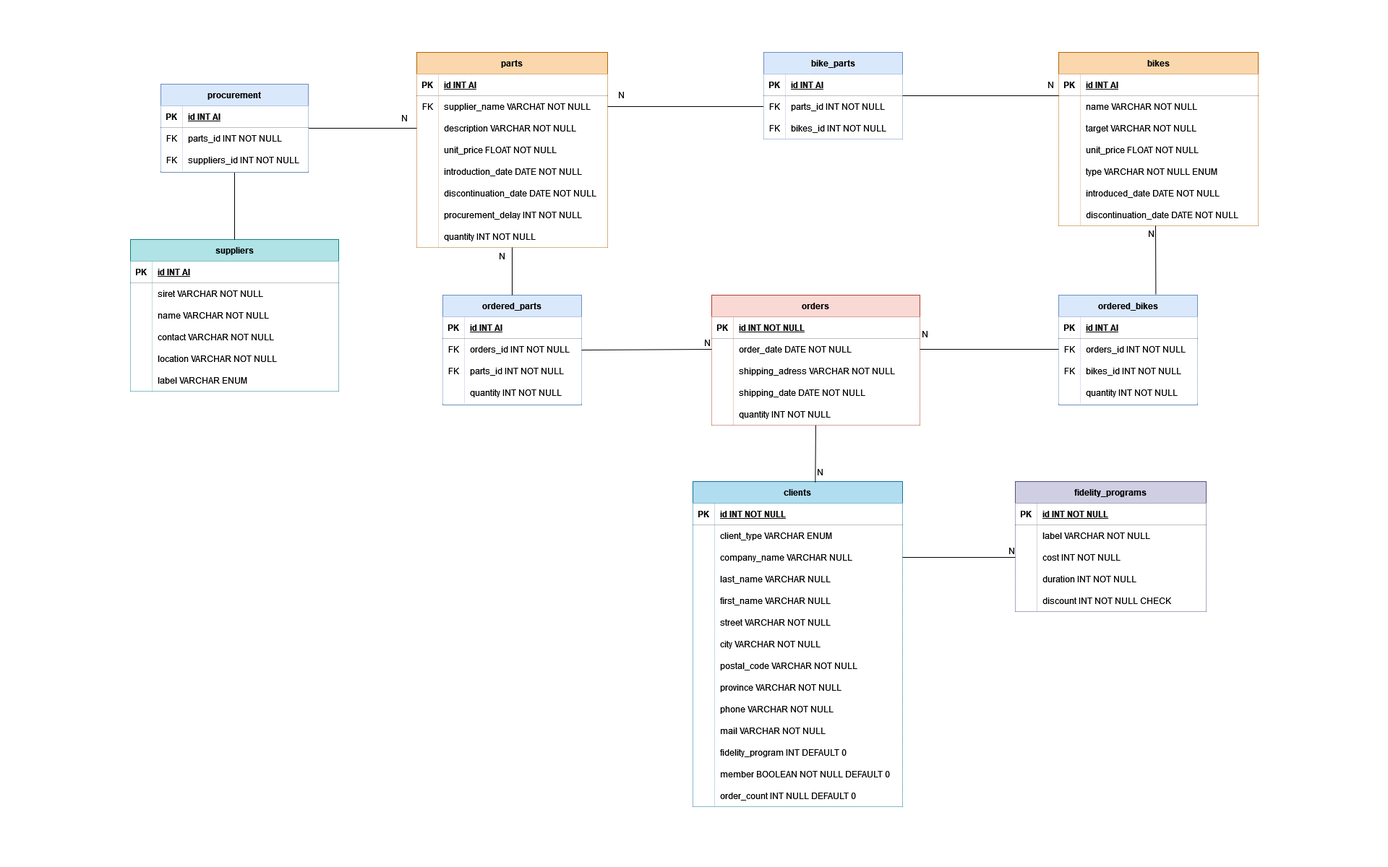
Before: VeloMax_ER.png, a diagram exported from draw.io (strawhattom/VeloMax). Source tidied: cells renumbered, new cells last; positions are measured from the earlier drawing's top-left corner, leaving out a move shared by most shapes.
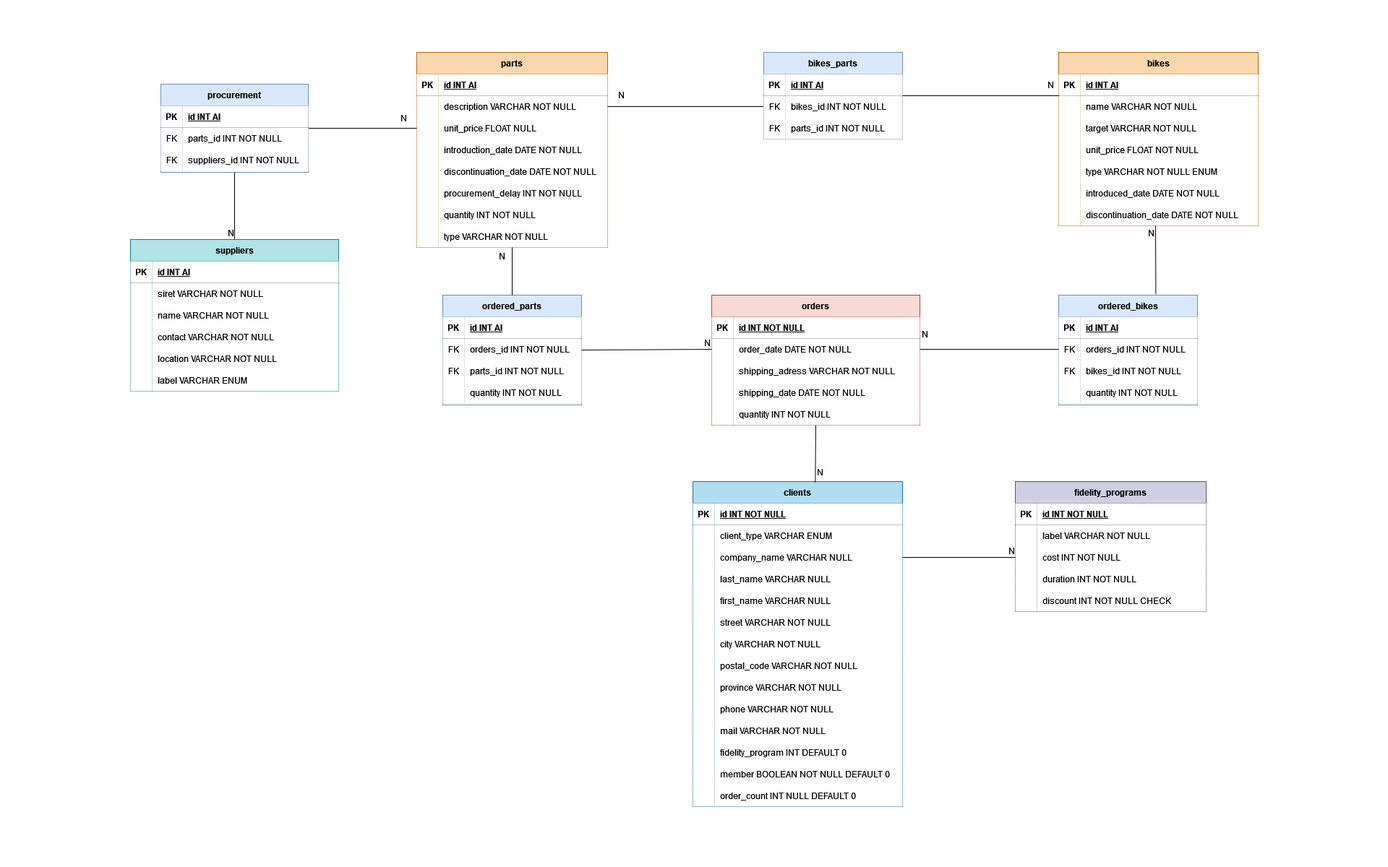
Above is the later version.

Change to the diagram source:
```diff
@@ -119,17 +119,8 @@
     <mxCell id="40" value="id INT AI" style="shape=partialRectangle;top=0;left=0;bottom=0;right=0;align=left;spacingLeft=6;fontStyle=5;overflow=hidden;" parent="38" vertex="1">
       <mxGeometry x="30" width="234" height="30" as="geometry" />
     </mxCell>
-    <mxCell id="41" style="shape=tableRow;horizontal=0;startSize=0;swimlaneHead=0;swimlaneBody=0;fillColor=none;points=[[0,0.5],[1,0.5]];portConstraint=eastwest;top=0;left=0;right=0;bottom=0;" parent="37" vertex="1">
-      <mxGeometry y="60" width="264" height="30" as="geometry" />
-    </mxCell>
-    <mxCell id="42" value="FK" style="shape=partialRectangle;top=0;left=0;bottom=0;right=0;overflow=hidden;" parent="41" vertex="1">
-      <mxGeometry width="30" height="30" as="geometry" />
-    </mxCell>
-    <mxCell id="43" value="supplier_name VARCHAT NOT NULL" style="shape=partialRectangle;top=0;left=0;bottom=0;right=0;align=left;spacingLeft=6;overflow=hidden;" parent="41" vertex="1">
-      <mxGeometry x="30" width="234" height="30" as="geometry" />
-    </mxCell>
     <mxCell id="44" style="shape=tableRow;horizontal=0;startSize=0;swimlaneHead=0;swimlaneBody=0;fillColor=none;points=[[0,0.5],[1,0.5]];portConstraint=eastwest;top=0;left=0;right=0;bottom=0;" parent="37" vertex="1">
-      <mxGeometry y="90" width="264" height="30" as="geometry" />
+      <mxGeometry y="60" width="264" height="30" as="geometry" />
     </mxCell>
     <mxCell id="45" style="shape=partialRectangle;top=0;left=0;bottom=0;right=0;overflow=hidden;" parent="44" vertex="1">
       <mxGeometry width="30" height="30" as="geometry" />
@@ -138,16 +129,16 @@
       <mxGeometry x="30" width="234" height="30" as="geometry" />
     </mxCell>
     <mxCell id="47" style="shape=tableRow;horizontal=0;startSize=0;swimlaneHead=0;swimlaneBody=0;fillColor=none;points=[[0,0.5],[1,0.5]];portConstraint=eastwest;top=0;left=0;right=0;bottom=0;shadow=0;fontFamily=Helvetica;fontSize=12;fontColor=#0D0302;strokeColor=default;" parent="37" vertex="1">
-      <mxGeometry y="120" width="264" height="30" as="geometry" />
+      <mxGeometry y="90" width="264" height="30" as="geometry" />
     </mxCell>
     <mxCell id="48" style="shape=partialRectangle;top=0;left=0;bottom=0;right=0;overflow=hidden;shadow=0;fontFamily=Helvetica;fontSize=12;startSize=20;" parent="47" vertex="1">
       <mxGeometry width="30" height="30" as="geometry" />
     </mxCell>
-    <mxCell id="49" value="unit_price FLOAT NOT NULL" style="shape=partialRectangle;top=0;left=0;bottom=0;right=0;align=left;spacingLeft=6;overflow=hidden;shadow=0;fontFamily=Helvetica;fontSize=12;startSize=20;" parent="47" vertex="1">
+    <mxCell id="49" value="unit_price FLOAT NULL" style="shape=partialRectangle;top=0;left=0;bottom=0;right=0;align=left;spacingLeft=6;overflow=hidden;shadow=0;fontFamily=Helvetica;fontSize=12;startSize=20;" parent="47" vertex="1">
       <mxGeometry x="30" width="234" height="30" as="geometry" />
     </mxCell>
     <mxCell id="50" style="shape=tableRow;horizontal=0;startSize=0;swimlaneHead=0;swimlaneBody=0;fillColor=none;top=0;left=0;right=0;bottom=0;" parent="37" vertex="1">
-      <mxGeometry y="150" width="264" height="30" as="geometry" />
+      <mxGeometry y="120" width="264" height="30" as="geometry" />
     </mxCell>
     <mxCell id="51" style="shape=partialRectangle;top=0;left=0;bottom=0;right=0;overflow=hidden;" parent="50" vertex="1">
       <mxGeometry width="30" height="30" as="geometry" />
@@ -156,7 +147,7 @@
       <mxGeometry x="30" width="234" height="30" as="geometry" />
     </mxCell>
     <mxCell id="53" style="shape=tableRow;horizontal=0;startSize=0;swimlaneHead=0;swimlaneBody=0;fillColor=none;top=0;left=0;right=0;bottom=0;shadow=0;fontFamily=Helvetica;fontSize=12;fontColor=#0D0302;strokeColor=default;" parent="37" vertex="1">
-      <mxGeometry y="180" width="264" height="30" as="geometry" />
+      <mxGeometry y="150" width="264" height="30" as="geometry" />
     </mxCell>
     <mxCell id="54" style="shape=partialRectangle;top=0;left=0;bottom=0;right=0;overflow=hidden;shadow=0;fontFamily=Helvetica;fontSize=12;startSize=20;" parent="53" vertex="1">
       <mxGeometry width="30" height="30" as="geometry" />
@@ -165,7 +156,7 @@
       <mxGeometry x="30" width="234" height="30" as="geometry" />
     </mxCell>
     <mxCell id="56" style="shape=tableRow;horizontal=0;startSize=0;swimlaneHead=0;swimlaneBody=0;fillColor=none;top=0;left=0;right=0;bottom=0;shadow=0;fontFamily=Helvetica;fontSize=12;fontColor=#0D0302;strokeColor=default;" parent="37" vertex="1">
-      <mxGeometry y="210" width="264" height="30" as="geometry" />
+      <mxGeometry y="180" width="264" height="30" as="geometry" />
     </mxCell>
     <mxCell id="57" style="shape=partialRectangle;top=0;left=0;bottom=0;right=0;overflow=hidden;shadow=0;fontFamily=Helvetica;fontSize=12;startSize=20;" parent="56" vertex="1">
       <mxGeometry width="30" height="30" as="geometry" />
@@ -174,7 +165,7 @@
       <mxGeometry x="30" width="234" height="30" as="geometry" />
     </mxCell>
     <mxCell id="59" style="shape=tableRow;horizontal=0;startSize=0;swimlaneHead=0;swimlaneBody=0;fillColor=none;points=[[0,0.5],[1,0.5]];portConstraint=eastwest;top=0;left=0;right=0;bottom=0;" parent="37" vertex="1">
-      <mxGeometry y="240" width="264" height="30" as="geometry" />
+      <mxGeometry y="210" width="264" height="30" as="geometry" />
     </mxCell>
     <mxCell id="60" style="shape=partialRectangle;top=0;left=0;bottom=0;right=0;overflow=hidden;" parent="59" vertex="1">
       <mxGeometry width="30" height="30" as="geometry" />
@@ -182,6 +173,15 @@
     <mxCell id="61" value="quantity INT NOT NULL" style="shape=partialRectangle;top=0;left=0;bottom=0;right=0;align=left;spacingLeft=6;overflow=hidden;" parent="59" vertex="1">
       <mxGeometry x="30" width="234" height="30" as="geometry" />
     </mxCell>
+    <mxCell id="208" style="shape=tableRow;horizontal=0;startSize=0;swimlaneHead=0;swimlaneBody=0;fillColor=none;top=0;left=0;right=0;bottom=0;" parent="37" vertex="1">
+      <mxGeometry y="240" width="264" height="30" as="geometry" />
+    </mxCell>
+    <mxCell id="209" style="shape=partialRectangle;top=0;left=0;bottom=0;right=0;overflow=hidden;" parent="208" vertex="1">
+      <mxGeometry width="30" height="30" as="geometry" />
+    </mxCell>
+    <mxCell id="210" value="type VARCHAR NOT NULL" style="shape=partialRectangle;top=0;left=0;bottom=0;right=0;align=left;spacingLeft=6;overflow=hidden;" parent="208" vertex="1">
+      <mxGeometry x="30" width="234" height="30" as="geometry" />
+    </mxCell>
     <mxCell id="62" value="bikes" style="shape=table;startSize=30;rowLines=0;fontStyle=1;align=center;fillColor=#fad7ac;strokeColor=#b46504;" parent="1" vertex="1">
       <mxGeometry x="1284" width="276" height="240" as="geometry" />
     </mxCell>
@@ -433,7 +433,7 @@
         <mxPoint x="12" y="-5" as="offset" />
       </mxGeometry>
     </mxCell>
-    <mxCell id="145" style="endArrow=none;html=1;rounded=0;fontFamily=Helvetica;fontSize=12;fontColor=#050505;startSize=20;exitX=1;exitY=0.5;exitDx=0;exitDy=0;startArrow=none;entryX=0;entryY=0.5;entryDx=0;entryDy=0;" parent="1" edge="1" source="196" target="44">
+    <mxCell id="145" style="endArrow=none;html=1;rounded=0;fontFamily=Helvetica;fontSize=12;fontColor=#050505;startSize=20;exitX=1;exitY=0.5;exitDx=0;exitDy=0;startArrow=none;entryX=0;entryY=0.5;entryDx=0;entryDy=0;" parent="1" edge="1" source="196" target="47">
       <mxGeometry relative="1" as="geometry" />
     </mxCell>
     <mxCell id="146" value="N" style="html=1;align=right;verticalAlign=bottom;shadow=0;labelBackgroundColor=none;fontFamily=Helvetica;fontSize=12;fontColor=#050505;startSize=20;strokeColor=default;fillColor=#DFE3F5;" parent="145" vertex="1">
@@ -441,11 +441,11 @@
         <mxPoint x="-13" y="-5" as="offset" />
       </mxGeometry>
     </mxCell>
-    <mxCell id="147" style="endArrow=none;html=1;rounded=0;fontFamily=Helvetica;fontSize=12;fontColor=#050505;startSize=20;exitX=0.5;exitY=0;exitDx=0;exitDy=0;entryX=0.5;entryY=1;entryDx=0;entryDy=0;" parent="1" edge="1" source="2" target="196">
-      <mxGeometry relative="1" as="geometry" />
-    </mxCell>
-    <mxCell id="148" style="endArrow=none;html=1;rounded=0;exitX=0;exitY=0.5;exitDx=0;exitDy=0;entryX=1;entryY=0.5;entryDx=0;entryDy=0;" parent="1" edge="1" source="190" target="41">
-      <mxGeometry relative="1" as="geometry" />
+    <mxCell id="148" style="endArrow=none;html=1;rounded=0;exitX=0;exitY=0.5;exitDx=0;exitDy=0;entryX=1;entryY=0.5;entryDx=0;entryDy=0;" parent="1" edge="1">
+      <mxGeometry relative="1" as="geometry">
+        <mxPoint x="876" y="75" as="sourcePoint" />
+        <mxPoint x="660" y="75" as="targetPoint" />
+      </mxGeometry>
     </mxCell>
     <mxCell id="149" value="N" style="html=1;align=right;verticalAlign=bottom;" parent="148" vertex="1">
       <mxGeometry x="1" relative="1" as="geometry">
@@ -540,7 +540,7 @@
     <mxCell id="177" value="quantity INT NOT NULL" style="shape=partialRectangle;top=0;left=0;bottom=0;right=0;align=left;spacingLeft=6;overflow=hidden;" parent="175" vertex="1">
       <mxGeometry x="30" width="162" height="30" as="geometry" />
     </mxCell>
-    <mxCell id="178" style="endArrow=none;html=1;rounded=0;exitX=0.5;exitY=0;exitDx=0;exitDy=0;" parent="1" edge="1" source="165" target="59">
+    <mxCell id="178" style="endArrow=none;html=1;rounded=0;exitX=0.5;exitY=0;exitDx=0;exitDy=0;entryX=0.5;entryY=1;entryDx=0;entryDy=0;" parent="1" edge="1" source="165" target="37">
       <mxGeometry relative="1" as="geometry" />
     </mxCell>
     <mxCell id="179" value="N" style="html=1;align=right;verticalAlign=bottom;" parent="178" vertex="1">
@@ -574,7 +574,7 @@
         <mxPoint x="-1" y="19" as="offset" />
       </mxGeometry>
     </mxCell>
-    <mxCell id="186" value="bike_parts" style="shape=table;startSize=30;rowLines=0;fontStyle=1;align=center;fillColor=#dae8fc;strokeColor=#6c8ebf;" parent="1" vertex="1">
+    <mxCell id="186" value="bikes_parts" style="shape=table;startSize=30;rowLines=0;fontStyle=1;align=center;fillColor=#dae8fc;strokeColor=#6c8ebf;" parent="1" vertex="1">
       <mxGeometry x="876" width="192" height="120" as="geometry" />
     </mxCell>
     <mxCell id="187" style="shape=tableRow;horizontal=0;startSize=0;swimlaneHead=0;swimlaneBody=0;fillColor=none;points=[[0,0.5],[1,0.5]];portConstraint=eastwest;top=0;left=0;right=0;bottom=1;" parent="186" vertex="1">
@@ -586,17 +586,8 @@
     <mxCell id="189" value="id INT AI" style="shape=partialRectangle;top=0;left=0;bottom=0;right=0;align=left;spacingLeft=6;fontStyle=5;overflow=hidden;" parent="187" vertex="1">
       <mxGeometry x="30" width="162" height="30" as="geometry" />
     </mxCell>
-    <mxCell id="190" style="shape=tableRow;horizontal=0;startSize=0;swimlaneHead=0;swimlaneBody=0;fillColor=none;points=[[0,0.5],[1,0.5]];portConstraint=eastwest;top=0;left=0;right=0;bottom=0;" parent="186" vertex="1">
-      <mxGeometry y="60" width="192" height="30" as="geometry" />
-    </mxCell>
-    <mxCell id="191" value="FK" style="shape=partialRectangle;top=0;left=0;bottom=0;right=0;overflow=hidden;" parent="190" vertex="1">
-      <mxGeometry width="30" height="30" as="geometry" />
-    </mxCell>
-    <mxCell id="192" value="parts_id INT NOT NULL" style="shape=partialRectangle;top=0;left=0;bottom=0;right=0;align=left;spacingLeft=6;overflow=hidden;" parent="190" vertex="1">
-      <mxGeometry x="30" width="162" height="30" as="geometry" />
-    </mxCell>
     <mxCell id="193" style="shape=tableRow;horizontal=0;startSize=0;swimlaneHead=0;swimlaneBody=0;fillColor=none;top=0;left=0;right=0;bottom=0;" parent="186" vertex="1">
-      <mxGeometry y="90" width="192" height="30" as="geometry" />
+      <mxGeometry y="60" width="192" height="30" as="geometry" />
     </mxCell>
     <mxCell id="194" value="FK" style="shape=partialRectangle;top=0;left=0;bottom=0;right=0;overflow=hidden;" parent="193" vertex="1">
       <mxGeometry width="30" height="30" as="geometry" />
@@ -604,6 +595,15 @@
     <mxCell id="195" value="bikes_id INT NOT NULL" style="shape=partialRectangle;top=0;left=0;bottom=0;right=0;align=left;spacingLeft=6;overflow=hidden;" parent="193" vertex="1">
       <mxGeometry x="30" width="162" height="30" as="geometry" />
     </mxCell>
+    <mxCell id="211" style="shape=tableRow;horizontal=0;startSize=0;swimlaneHead=0;swimlaneBody=0;fillColor=none;top=0;left=0;right=0;bottom=0;" parent="186" vertex="1">
+      <mxGeometry y="90" width="192" height="30" as="geometry" />
+    </mxCell>
+    <mxCell id="212" value="FK" style="shape=partialRectangle;top=0;left=0;bottom=0;right=0;overflow=hidden;" parent="211" vertex="1">
+      <mxGeometry width="30" height="30" as="geometry" />
+    </mxCell>
+    <mxCell id="192" value="parts_id INT NOT NULL" style="shape=partialRectangle;top=0;left=0;bottom=0;right=0;align=left;spacingLeft=6;overflow=hidden;" parent="211" vertex="1">
+      <mxGeometry x="30" width="162" height="30" as="geometry" />
+    </mxCell>
     <mxCell id="196" value="procurement" style="shape=table;startSize=30;rowLines=0;fontStyle=1;align=center;fillColor=#dae8fc;strokeColor=#6c8ebf;" parent="1" vertex="1">
       <mxGeometry x="42" y="44" width="204" height="122" as="geometry" />
     </mxCell>
@@ -640,5 +640,11 @@
     <mxCell id="207" value="N" style="html=1;align=right;verticalAlign=bottom;" parent="206" vertex="1">
       <mxGeometry x="1" relative="1" as="geometry" />
     </mxCell>
+    <mxCell id="213" style="endArrow=none;html=1;rounded=0;exitX=0.5;exitY=1;exitDx=0;exitDy=0;entryX=0.5;entryY=0;entryDx=0;entryDy=0;" parent="1" edge="1" source="196" target="2">
+      <mxGeometry relative="1" as="geometry" />
+    </mxCell>
+    <mxCell id="214" value="N" style="html=1;align=right;verticalAlign=bottom;" parent="213" vertex="1">
+      <mxGeometry x="1" relative="1" as="geometry" />
+    </mxCell>
   </root>
 </mxGraphModel>
```
